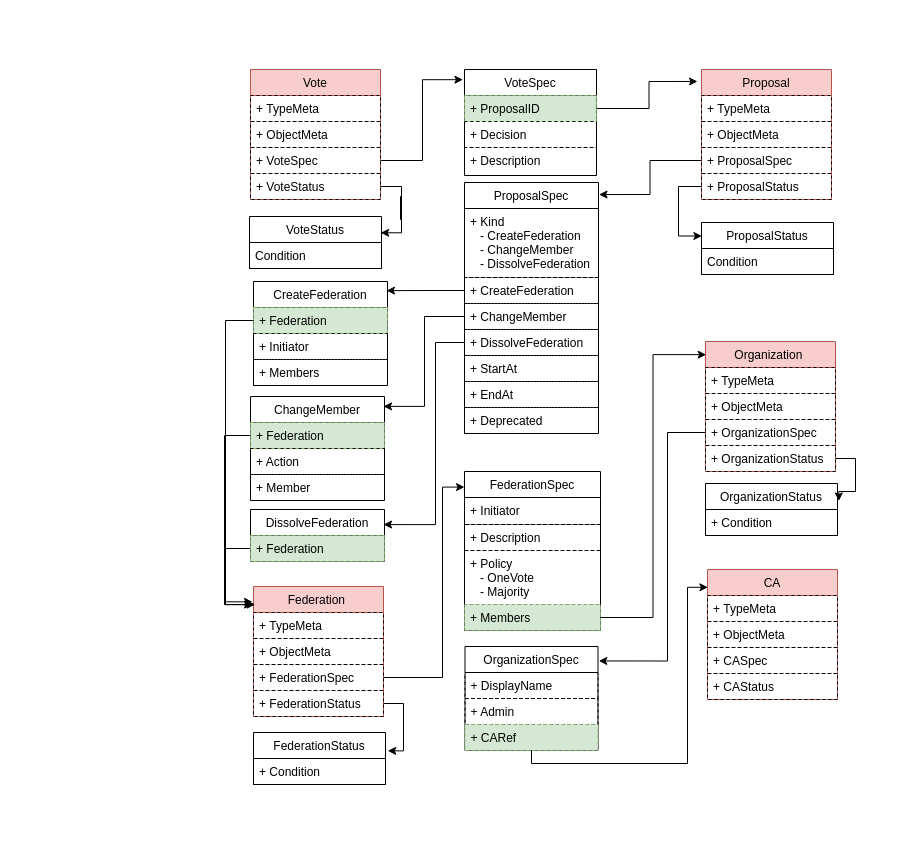
This is page "Page-1" (1 of 2) of dev_design/models-design/federation-proposal-vote.drawio from bestchains/product-design, a draw.io file, before an edit. Source tidied: cells renumbered, new cells numbered last; positions are measured from the earlier drawing's top-left corner, leaving out a move shared by most shapes. Both pictures are drawn from the tidied source at 100%, with x=0, y=0 at pixel (224, 69).
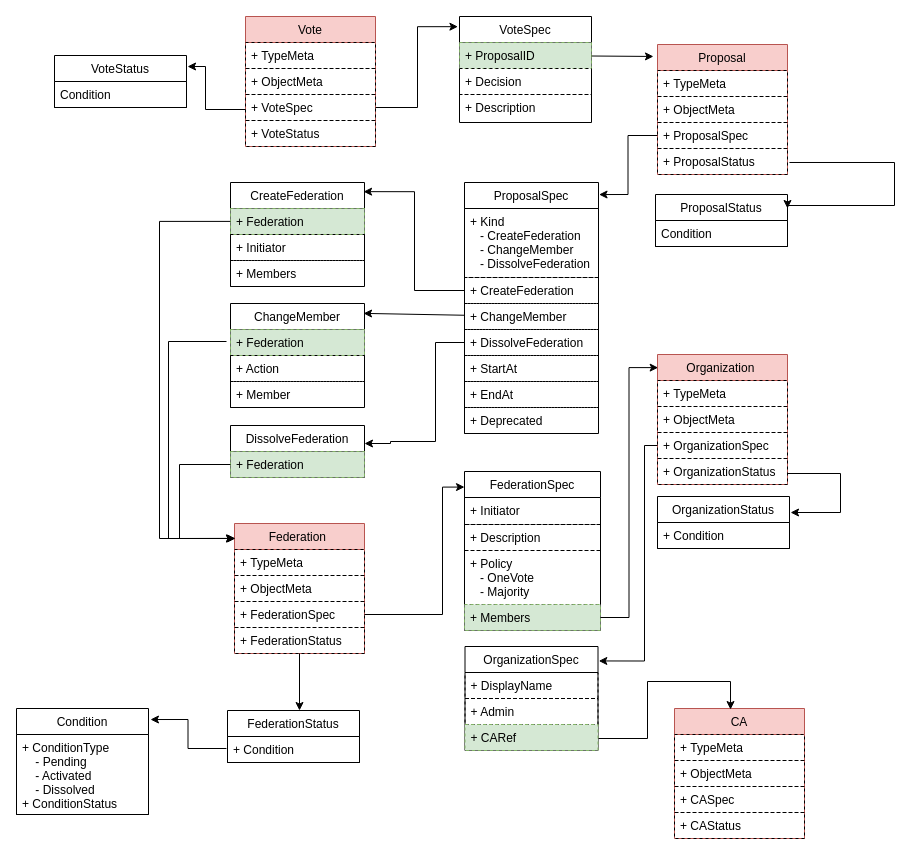
Above is the later version.

Commit message (it also covers changes not shown here):
federation&organization design docs

The change refers to these unchanged cells:
```xml
<mxCell id="2" value="FederationSpec" style="swimlane;fontStyle=0;horizontal=1;startSize=26;fillColor=none;rounded=0;shadow=0;comic=0;swimlaneLine=1;glass=0;swimlaneFillColor=none;" parent="1" vertex="1">
  <mxGeometry x="240" y="402" width="136" height="159" as="geometry" />
</mxCell>
<mxCell id="7" value="OrganizationSpec" style="swimlane;fontStyle=0;horizontal=1;startSize=26;fillColor=none;rounded=0;shadow=0;comic=0;" parent="1" vertex="1">
  <mxGeometry x="240.5" y="577" width="133" height="104" as="geometry" />
</mxCell>
<mxCell id="14" value="+ ChangeMember&#10;" style="text;strokeColor=#000000;fillColor=none;align=left;verticalAlign=top;spacingLeft=4;spacingRight=4;overflow=hidden;points=[[0,0.5],[1,0.5]];portConstraint=eastwest;rounded=0;dashed=1;glass=0;" parent="11" vertex="1">
  <mxGeometry y="121" width="134" height="26" as="geometry" />
</mxCell>
<mxCell id="15" value="+ DissolveFederation" style="text;strokeColor=#000000;fillColor=none;align=left;verticalAlign=top;spacingLeft=4;spacingRight=4;overflow=hidden;points=[[0,0.5],[1,0.5]];portConstraint=eastwest;rounded=0;dashed=1;glass=0;" parent="11" vertex="1">
  <mxGeometry y="147" width="134" height="26" as="geometry" />
</mxCell>
<mxCell id="20" value="+ ProposalID" style="text;strokeColor=#82b366;fillColor=#d5e8d4;align=left;verticalAlign=top;spacingLeft=4;spacingRight=4;overflow=hidden;points=[[0,0.5],[1,0.5]];portConstraint=eastwest;dashed=1;rounded=0;glass=0;" parent="19" vertex="1">
  <mxGeometry y="26" width="132" height="26" as="geometry" />
</mxCell>
<mxCell id="26" value="+ FederationSpec" style="text;strokeColor=#000000;fillColor=none;align=left;verticalAlign=top;spacingLeft=4;spacingRight=4;overflow=hidden;points=[[0,0.5],[1,0.5]];portConstraint=eastwest;rounded=0;dashed=1;glass=0;" parent="23" vertex="1">
  <mxGeometry y="78" width="130" height="26" as="geometry" />
</mxCell>
<mxCell id="27" value="+ FederationStatus" style="text;strokeColor=#000000;fillColor=none;align=left;verticalAlign=top;spacingLeft=4;spacingRight=4;overflow=hidden;points=[[0,0.5],[1,0.5]];portConstraint=eastwest;rounded=0;dashed=1;glass=0;" parent="23" vertex="1">
  <mxGeometry y="104" width="130" height="26" as="geometry" />
</mxCell>
<mxCell id="29" value="+ Condition" style="text;strokeColor=#000000;fillColor=none;align=left;verticalAlign=top;spacingLeft=4;spacingRight=4;overflow=hidden;points=[[0,0.5],[1,0.5]];portConstraint=eastwest;dashed=1;rounded=0;glass=0;" parent="28" vertex="1">
  <mxGeometry y="26" width="132" height="26" as="geometry" />
</mxCell>
<mxCell id="34" value="+ VoteStatus" style="text;strokeColor=#000000;fillColor=none;align=left;verticalAlign=top;spacingLeft=4;spacingRight=4;overflow=hidden;points=[[0,0.5],[1,0.5]];portConstraint=eastwest;rounded=0;dashed=1;glass=0;" parent="30" vertex="1">
  <mxGeometry y="104" width="130" height="26" as="geometry" />
</mxCell>
<mxCell id="41" value="+ ProposalStatus" style="text;strokeColor=#000000;fillColor=none;align=left;verticalAlign=top;spacingLeft=4;spacingRight=4;overflow=hidden;points=[[0,0.5],[1,0.5]];portConstraint=eastwest;rounded=0;dashed=1;glass=0;" parent="37" vertex="1">
  <mxGeometry y="104" width="130" height="26" as="geometry" />
</mxCell>
<mxCell id="45" value="+ OrganizationSpec" style="text;strokeColor=#000000;fillColor=none;align=left;verticalAlign=top;spacingLeft=4;spacingRight=4;overflow=hidden;points=[[0,0.5],[1,0.5]];portConstraint=eastwest;rounded=0;dashed=1;glass=0;" parent="42" vertex="1">
  <mxGeometry y="78" width="130" height="26" as="geometry" />
</mxCell>
<mxCell id="46" value="+ OrganizationStatus" style="text;strokeColor=#000000;fillColor=none;align=left;verticalAlign=top;spacingLeft=4;spacingRight=4;overflow=hidden;points=[[0,0.5],[1,0.5]];portConstraint=eastwest;rounded=0;dashed=1;glass=0;" parent="42" vertex="1">
  <mxGeometry y="104" width="130" height="26" as="geometry" />
</mxCell>
<mxCell id="63" value="+ Federation" style="text;strokeColor=#82b366;fillColor=#d5e8d4;align=left;verticalAlign=top;spacingLeft=4;spacingRight=4;overflow=hidden;points=[[0,0.5],[1,0.5]];portConstraint=eastwest;rounded=0;dashed=1;glass=0;" parent="62" vertex="1">
  <mxGeometry y="26" width="134" height="26" as="geometry" />
</mxCell>
<mxCell id="68" value="+ Federation" style="text;strokeColor=#82b366;fillColor=#d5e8d4;align=left;verticalAlign=top;spacingLeft=4;spacingRight=4;overflow=hidden;points=[[0,0.5],[1,0.5]];portConstraint=eastwest;rounded=0;dashed=1;glass=0;" parent="67" vertex="1">
  <mxGeometry y="26" width="134" height="26" as="geometry" />
</mxCell>
<mxCell id="73" value="+ Federation" style="text;strokeColor=#82b366;fillColor=#d5e8d4;align=left;verticalAlign=top;spacingLeft=4;spacingRight=4;overflow=hidden;points=[[0,0.5],[1,0.5]];portConstraint=eastwest;rounded=0;dashed=1;glass=0;" parent="72" vertex="1">
  <mxGeometry y="26" width="134" height="26" as="geometry" />
</mxCell>
```

The edit, as a diff of the source:
```diff
@@
-    <mxCell id="10" value="+ CARef" style="text;strokeColor=#82b366;fillColor=#d5e8d4;align=left;verticalAlign=top;spacingLeft=4;spacingRight=4;overflow=hidden;points=[[0,0.5],[1,0.5]];portConstraint=eastwest;dashed=1;rounded=0;" parent="7" vertex="1">
+    <mxCell id="10" value="+ CARef" style="text;strokeColor=#82b366;fillColor=#d5e8d4;align=left;verticalAlign=top;spacingLeft=4;spacingRight=4;overflow=hidden;points=[[0,0.5,0,0,0],[1,0.5,0,0,0]];portConstraint=eastwest;dashed=1;rounded=0;" parent="7" vertex="1">
       <mxGeometry y="78" width="133" height="26" as="geometry" />
     </mxCell>
@@
     <mxCell id="19" value="VoteSpec" style="swimlane;fontStyle=0;horizontal=1;startSize=26;fillColor=none;rounded=0;shadow=0;comic=0;swimlaneLine=1;glass=0;swimlaneFillColor=none;" parent="1" vertex="1">
-      <mxGeometry x="240" width="132" height="106" as="geometry" />
+      <mxGeometry x="235" y="-53" width="132" height="106" as="geometry" />
     </mxCell>
@@
     <mxCell id="23" value="Federation " style="swimlane;fontStyle=0;horizontal=1;startSize=26;fillColor=#f8cecc;rounded=0;shadow=0;comic=0;swimlaneLine=1;glass=0;swimlaneFillColor=none;strokeColor=#b85450;" parent="1" vertex="1">
-      <mxGeometry x="29" y="517" width="130" height="130" as="geometry" />
+      <mxGeometry x="10" y="454" width="130" height="130" as="geometry" />
     </mxCell>
@@
     <mxCell id="28" value="FederationStatus" style="swimlane;fontStyle=0;horizontal=1;startSize=26;fillColor=none;rounded=0;shadow=0;comic=0;swimlaneLine=1;glass=0;swimlaneFillColor=none;" parent="1" vertex="1">
-      <mxGeometry x="29" y="663" width="132" height="52" as="geometry" />
+      <mxGeometry x="3" y="641" width="132" height="52" as="geometry" />
     </mxCell>
@@
     <mxCell id="30" value="Vote" style="swimlane;fontStyle=0;horizontal=1;startSize=26;fillColor=#f8cecc;rounded=0;shadow=0;comic=0;swimlaneLine=1;glass=0;swimlaneFillColor=none;strokeColor=#b85450;" parent="1" vertex="1">
-      <mxGeometry x="26" width="130" height="130" as="geometry" />
+      <mxGeometry x="21" y="-53" width="130" height="130" as="geometry" />
     </mxCell>
@@
+    <mxCell id="83" style="rounded=0;jettySize=auto;html=1;entryX=1.008;entryY=0.212;entryDx=0;entryDy=0;entryPerimeter=0;edgeStyle=orthogonalEdgeStyle;" parent="30" edge="1" target="35">
+      <mxGeometry relative="1" as="geometry">
+        <mxPoint y="93" as="sourcePoint" />
+        <Array as="points">
+          <mxPoint x="-40" y="93" />
+          <mxPoint x="-40" y="50" />
+        </Array>
+      </mxGeometry>
+    </mxCell>
@@
     <mxCell id="35" value="VoteStatus" style="swimlane;fontStyle=0;horizontal=1;startSize=26;fillColor=none;rounded=0;shadow=0;comic=0;swimlaneLine=1;glass=0;swimlaneFillColor=none;" parent="1" vertex="1">
-      <mxGeometry x="25" y="147" width="132" height="52" as="geometry" />
+      <mxGeometry x="-170" y="-14" width="132" height="52" as="geometry" />
     </mxCell>
@@
     <mxCell id="37" value="Proposal" style="swimlane;fontStyle=0;horizontal=1;startSize=26;fillColor=#f8cecc;rounded=0;shadow=0;comic=0;swimlaneLine=1;glass=0;swimlaneFillColor=none;strokeColor=#b85450;" parent="1" vertex="1">
-      <mxGeometry x="477" width="130" height="130" as="geometry" />
+      <mxGeometry x="433" y="-25" width="130" height="130" as="geometry" />
     </mxCell>
@@
     <mxCell id="42" value="Organization " style="swimlane;fontStyle=0;horizontal=1;startSize=26;fillColor=#f8cecc;rounded=0;shadow=0;comic=0;swimlaneLine=1;glass=0;swimlaneFillColor=none;strokeColor=#b85450;" parent="1" vertex="1">
-      <mxGeometry x="481" y="272" width="130" height="130" as="geometry" />
+      <mxGeometry x="433" y="285" width="130" height="130" as="geometry" />
     </mxCell>
@@
     <mxCell id="47" value="ProposalStatus" style="swimlane;fontStyle=0;horizontal=1;startSize=26;fillColor=none;rounded=0;shadow=0;comic=0;swimlaneLine=1;glass=0;swimlaneFillColor=none;" parent="1" vertex="1">
-      <mxGeometry x="477" y="153" width="132" height="52" as="geometry" />
+      <mxGeometry x="431" y="125" width="132" height="52" as="geometry" />
     </mxCell>
@@
     <mxCell id="49" value="OrganizationStatus" style="swimlane;fontStyle=0;horizontal=1;startSize=26;fillColor=none;rounded=0;shadow=0;comic=0;swimlaneLine=1;glass=0;swimlaneFillColor=none;" parent="1" vertex="1">
-      <mxGeometry x="481" y="414" width="132" height="52" as="geometry" />
+      <mxGeometry x="433" y="427" width="132" height="52" as="geometry" />
     </mxCell>
@@
     <mxCell id="51" value="CA" style="swimlane;fontStyle=0;horizontal=1;startSize=26;fillColor=#f8cecc;rounded=0;shadow=0;comic=0;swimlaneLine=1;glass=0;swimlaneFillColor=none;strokeColor=#b85450;" parent="1" vertex="1">
-      <mxGeometry x="483" y="500" width="130" height="130" as="geometry" />
+      <mxGeometry x="450" y="639" width="130" height="130" as="geometry" />
     </mxCell>
@@
-    <mxCell id="57" style="edgeStyle=orthogonalEdgeStyle;rounded=0;jettySize=auto;html=1;entryX=-0.031;entryY=0.092;entryDx=0;entryDy=0;entryPerimeter=0;" parent="1" edge="1" source="20" target="37">
+    <mxCell id="57" style="rounded=0;jettySize=auto;html=1;entryX=-0.031;entryY=0.092;entryDx=0;entryDy=0;entryPerimeter=0;" parent="1" edge="1" source="20" target="37">
       <mxGeometry relative="1" as="geometry" />
     </mxCell>
-    <mxCell id="58" style="edgeStyle=orthogonalEdgeStyle;rounded=0;jettySize=auto;html=1;entryX=0.003;entryY=0.26;entryDx=0;entryDy=0;entryPerimeter=0;" parent="1" edge="1" source="41" target="47">
-      <mxGeometry relative="1" as="geometry">
-        <Array as="points">
-          <mxPoint x="454" y="117" />
-          <mxPoint x="454" y="167" />
-        </Array>
-      </mxGeometry>
-    </mxCell>
-    <mxCell id="59" style="edgeStyle=orthogonalEdgeStyle;rounded=0;jettySize=auto;html=1;entryX=1.017;entryY=0.353;entryDx=0;entryDy=0;entryPerimeter=0;" parent="1" edge="1" source="27" target="28">
+    <mxCell id="59" style="edgeStyle=orthogonalEdgeStyle;rounded=0;jettySize=auto;html=1;" parent="1" edge="1" source="27" target="28">
       <mxGeometry relative="1" as="geometry">
         <Array as="points">
-          <mxPoint x="179" y="634" />
-          <mxPoint x="179" y="681" />
+          <mxPoint x="75" y="636" />
+          <mxPoint x="75" y="636" />
         </Array>
       </mxGeometry>
     </mxCell>
     <mxCell id="60" style="edgeStyle=orthogonalEdgeStyle;rounded=0;jettySize=auto;html=1;entryX=0;entryY=0.098;entryDx=0;entryDy=0;entryPerimeter=0;" parent="1" edge="1" source="26" target="2">
       <mxGeometry relative="1" as="geometry">
         <Array as="points">
-          <mxPoint x="218" y="608" />
+          <mxPoint x="218" y="545" />
           <mxPoint x="218" y="418" />
         </Array>
       </mxGeometry>
     </mxCell>
@@
     <mxCell id="62" value="CreateFederation" style="swimlane;fontStyle=0;horizontal=1;startSize=26;fillColor=none;rounded=0;shadow=0;comic=0;swimlaneLine=1;glass=0;swimlaneFillColor=none;" parent="1" vertex="1">
-      <mxGeometry x="29" y="212" width="134" height="104" as="geometry" />
+      <mxGeometry x="6" y="113" width="134" height="104" as="geometry" />
     </mxCell>
@@
     <mxCell id="67" value="ChangeMember" style="swimlane;fontStyle=0;horizontal=1;startSize=26;fillColor=none;rounded=0;shadow=0;comic=0;swimlaneLine=1;glass=0;swimlaneFillColor=none;" parent="1" vertex="1">
-      <mxGeometry x="26" y="327" width="134" height="104" as="geometry" />
+      <mxGeometry x="6" y="234" width="134" height="104" as="geometry" />
     </mxCell>
@@
-    <mxCell id="71" style="edgeStyle=orthogonalEdgeStyle;rounded=0;jettySize=auto;html=1;entryX=0.013;entryY=0.139;entryDx=0;entryDy=0;entryPerimeter=0;" parent="1" edge="1" source="73" target="23">
-      <mxGeometry relative="1" as="geometry">
-        <Array as="points">
-          <mxPoint x="1" y="479" />
-          <mxPoint x="1" y="535" />
-        </Array>
-      </mxGeometry>
-    </mxCell>
     <mxCell id="72" value="DissolveFederation" style="swimlane;fontStyle=0;horizontal=1;startSize=26;fillColor=none;rounded=0;shadow=0;comic=0;swimlaneLine=1;glass=0;swimlaneFillColor=none;" parent="1" vertex="1">
-      <mxGeometry x="26" y="440" width="134" height="52" as="geometry" />
+      <mxGeometry x="6" y="356" width="134" height="52" as="geometry" />
     </mxCell>
@@
-    <mxCell id="74" style="edgeStyle=orthogonalEdgeStyle;rounded=0;jettySize=auto;html=1;entryX=0.993;entryY=0.095;entryDx=0;entryDy=0;entryPerimeter=0;" parent="1" edge="1" source="14" target="67">
+    <mxCell id="74" style="rounded=0;jettySize=auto;html=1;entryX=0.993;entryY=0.095;entryDx=0;entryDy=0;entryPerimeter=0;" parent="1" edge="1" source="14" target="67">
       <mxGeometry relative="1" as="geometry" />
     </mxCell>
-    <mxCell id="75" style="edgeStyle=orthogonalEdgeStyle;rounded=0;jettySize=auto;html=1;entryX=0.993;entryY=0.29;entryDx=0;entryDy=0;entryPerimeter=0;" parent="1" edge="1" source="15" target="72">
+    <mxCell id="75" style="edgeStyle=orthogonalEdgeStyle;rounded=0;jettySize=auto;html=1;" parent="1" edge="1" source="15" target="72">
       <mxGeometry relative="1" as="geometry">
         <Array as="points">
           <mxPoint x="211" y="273" />
-          <mxPoint x="211" y="455" />
+          <mxPoint x="211" y="372" />
+          <mxPoint x="166" y="372" />
+          <mxPoint x="166" y="374" />
         </Array>
       </mxGeometry>
     </mxCell>
-    <mxCell id="76" style="edgeStyle=orthogonalEdgeStyle;rounded=0;jettySize=auto;html=1;entryX=-0.008;entryY=0.118;entryDx=0;entryDy=0;entryPerimeter=0;" parent="1" edge="1" source="63" target="23">
-      <mxGeometry relative="1" as="geometry">
-        <Array as="points">
-          <mxPoint x="1" y="251" />
-          <mxPoint x="1" y="532" />
-        </Array>
-      </mxGeometry>
-    </mxCell>
-    <mxCell id="77" style="edgeStyle=orthogonalEdgeStyle;rounded=0;jettySize=auto;html=1;" parent="1" edge="1" source="68">
-      <mxGeometry relative="1" as="geometry">
-        <mxPoint x="28" y="535.1" as="targetPoint" />
-        <Array as="points">
-          <mxPoint y="366" />
-          <mxPoint y="535" />
-        </Array>
-      </mxGeometry>
-    </mxCell>
@@
-    <mxCell id="79" style="edgeStyle=orthogonalEdgeStyle;rounded=0;jettySize=auto;html=1;entryX=0.994;entryY=0.313;entryDx=0;entryDy=0;entryPerimeter=0;" parent="1" edge="1" source="34" target="35">
-      <mxGeometry relative="1" as="geometry">
-        <Array as="points">
-          <mxPoint x="177" y="117" />
-          <mxPoint x="177" y="150" />
-          <mxPoint x="176" y="150" />
-          <mxPoint x="176" y="127" />
-          <mxPoint x="177" y="127" />
-          <mxPoint x="177" y="163" />
-        </Array>
-      </mxGeometry>
-    </mxCell>
     <mxCell id="80" style="edgeStyle=orthogonalEdgeStyle;rounded=0;jettySize=auto;html=1;entryX=1.006;entryY=0.139;entryDx=0;entryDy=0;entryPerimeter=0;" parent="1" edge="1" source="45" target="7">
       <mxGeometry relative="1" as="geometry">
         <Array as="points">
-          <mxPoint x="443" y="363" />
-          <mxPoint x="443" y="592" />
+          <mxPoint x="420" y="376" />
+          <mxPoint x="420" y="592" />
         </Array>
       </mxGeometry>
     </mxCell>
-    <mxCell id="81" style="edgeStyle=orthogonalEdgeStyle;rounded=0;jettySize=auto;html=1;entryX=1.01;entryY=0.336;entryDx=0;entryDy=0;entryPerimeter=0;" parent="1" edge="1" source="46" target="49">
-      <mxGeometry relative="1" as="geometry" />
-    </mxCell>
-    <mxCell id="82" style="edgeStyle=orthogonalEdgeStyle;rounded=0;jettySize=auto;html=1;entryX=0.003;entryY=0.137;entryDx=0;entryDy=0;entryPerimeter=0;" parent="1" edge="1" source="10" target="51">
-      <mxGeometry relative="1" as="geometry">
-        <Array as="points">
-          <mxPoint x="463" y="694" />
-          <mxPoint x="463" y="518" />
-        </Array>
-      </mxGeometry>
-    </mxCell>
+    <mxCell id="58" style="rounded=0;jettySize=auto;html=1;exitX=1.015;exitY=0.538;exitDx=0;exitDy=0;exitPerimeter=0;edgeStyle=orthogonalEdgeStyle;entryX=1;entryY=0.269;entryDx=0;entryDy=0;entryPerimeter=0;" parent="1" edge="1" source="41" target="47">
+      <mxGeometry relative="1" as="geometry">
+        <Array as="points">
+          <mxPoint x="670" y="93" />
+          <mxPoint x="670" y="136" />
+          <mxPoint x="563" y="136" />
+        </Array>
+      </mxGeometry>
+    </mxCell>
+    <mxCell id="84" style="edgeStyle=orthogonalEdgeStyle;rounded=0;jettySize=auto;html=1;entryX=0.431;entryY=0.008;entryDx=0;entryDy=0;entryPerimeter=0;" parent="1" edge="1" target="51">
+      <mxGeometry relative="1" as="geometry">
+        <mxPoint x="374" y="669" as="sourcePoint" />
+        <Array as="points">
+          <mxPoint x="423" y="669" />
+          <mxPoint x="423" y="612" />
+          <mxPoint x="506" y="612" />
+        </Array>
+      </mxGeometry>
+    </mxCell>
+    <mxCell id="85" style="rounded=0;jettySize=auto;html=1;entryX=0;entryY=0.115;entryDx=0;entryDy=0;entryPerimeter=0;edgeStyle=orthogonalEdgeStyle;" parent="1" edge="1" target="23">
+      <mxGeometry relative="1" as="geometry">
+        <mxPoint x="6" y="151.9" as="sourcePoint" />
+        <Array as="points">
+          <mxPoint x="-65" y="152" />
+          <mxPoint x="-65" y="469" />
+        </Array>
+      </mxGeometry>
+    </mxCell>
+    <mxCell id="86" style="rounded=0;jettySize=auto;html=1;edgeStyle=orthogonalEdgeStyle;" parent="1" edge="1" target="23">
+      <mxGeometry relative="1" as="geometry">
+        <mxPoint x="2" y="272" as="sourcePoint" />
+        <Array as="points">
+          <mxPoint x="-56" y="272" />
+          <mxPoint x="-56" y="469" />
+        </Array>
+      </mxGeometry>
+    </mxCell>
+    <mxCell id="71" style="rounded=0;jettySize=auto;html=1;entryX=0.008;entryY=0.115;entryDx=0;entryDy=0;entryPerimeter=0;edgeStyle=orthogonalEdgeStyle;" parent="1" edge="1" source="73" target="23">
+      <mxGeometry relative="1" as="geometry">
+        <Array as="points">
+          <mxPoint x="-45" y="395" />
+          <mxPoint x="-45" y="469" />
+        </Array>
+      </mxGeometry>
+    </mxCell>
+    <mxCell id="87" value="Condition" style="swimlane;fontStyle=0;horizontal=1;startSize=26;fillColor=none;rounded=0;shadow=0;comic=0;swimlaneLine=1;glass=0;swimlaneFillColor=none;" parent="1" vertex="1">
+      <mxGeometry x="-208" y="639" width="132" height="106" as="geometry" />
+    </mxCell>
+    <mxCell id="88" value="+ ConditionType&#10;    - Pending&#10;    - Activated&#10;    - Dissolved&#10;+ ConditionStatus" style="text;strokeColor=#000000;fillColor=none;align=left;verticalAlign=top;spacingLeft=4;spacingRight=4;overflow=hidden;dashed=1;rounded=0;glass=0;" parent="87" vertex="1">
+      <mxGeometry y="26" width="132" height="80" as="geometry" />
+    </mxCell>
+    <mxCell id="89" style="endArrow=classic;html=1;rounded=0;exitX=-0.008;exitY=0.462;exitDx=0;exitDy=0;exitPerimeter=0;entryX=1.015;entryY=0.104;entryDx=0;entryDy=0;entryPerimeter=0;edgeStyle=orthogonalEdgeStyle;" parent="1" edge="1" source="29" target="87">
+      <mxGeometry relative="1" as="geometry" />
+    </mxCell>
+    <mxCell id="90" style="endArrow=classic;html=1;rounded=0;entryX=1.008;entryY=0.308;entryDx=0;entryDy=0;entryPerimeter=0;edgeStyle=orthogonalEdgeStyle;" parent="1" edge="1" target="49">
+      <mxGeometry relative="1" as="geometry">
+        <mxPoint x="563" y="404" as="sourcePoint" />
+        <Array as="points">
+          <mxPoint x="616" y="404" />
+          <mxPoint x="616" y="443" />
+        </Array>
+      </mxGeometry>
+    </mxCell>
```
